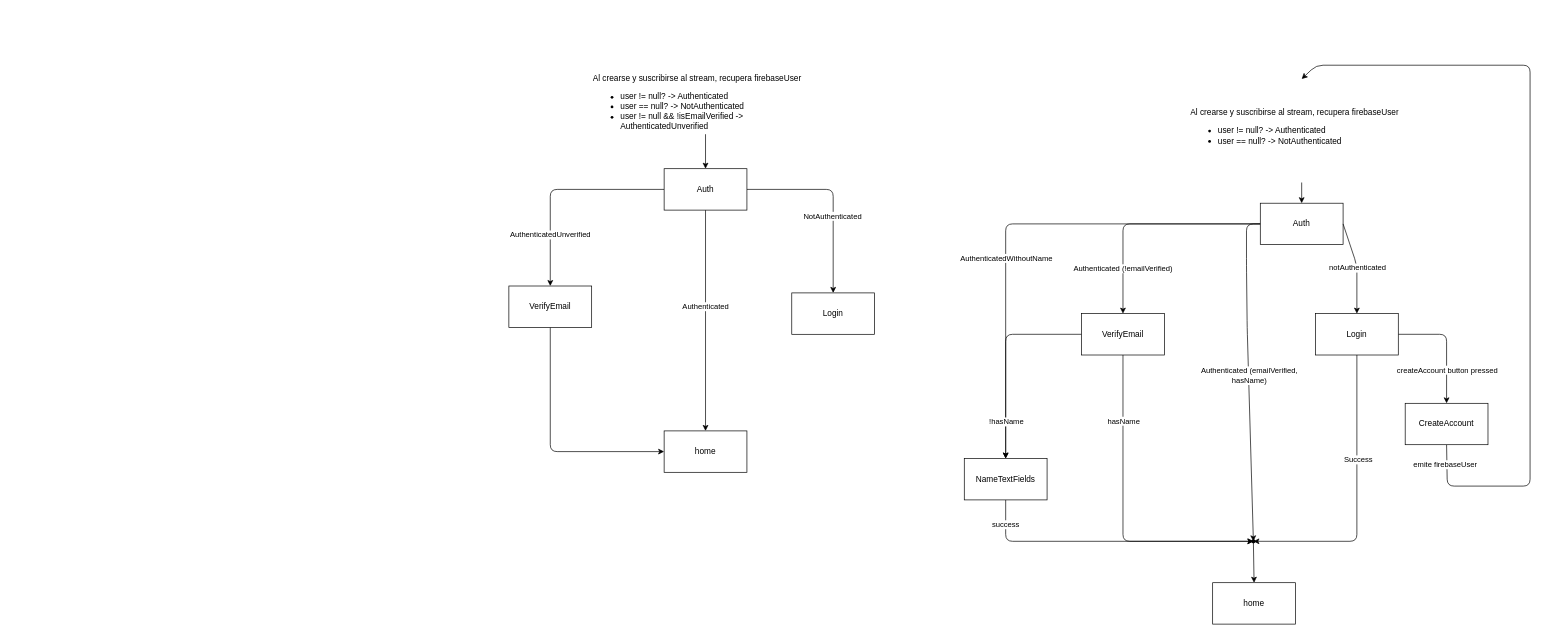
This is lib/z_authstates.drawio from Paco-Uriostegui/mercado_v2, a draw.io file, before an edit. Source tidied: cells renumbered, new cells numbered last; positions are measured from the earlier drawing's top-left corner, leaving out a move shared by most shapes. Both pictures are drawn from the tidied source at 69%, with x=0, y=0 at pixel (509, 65).
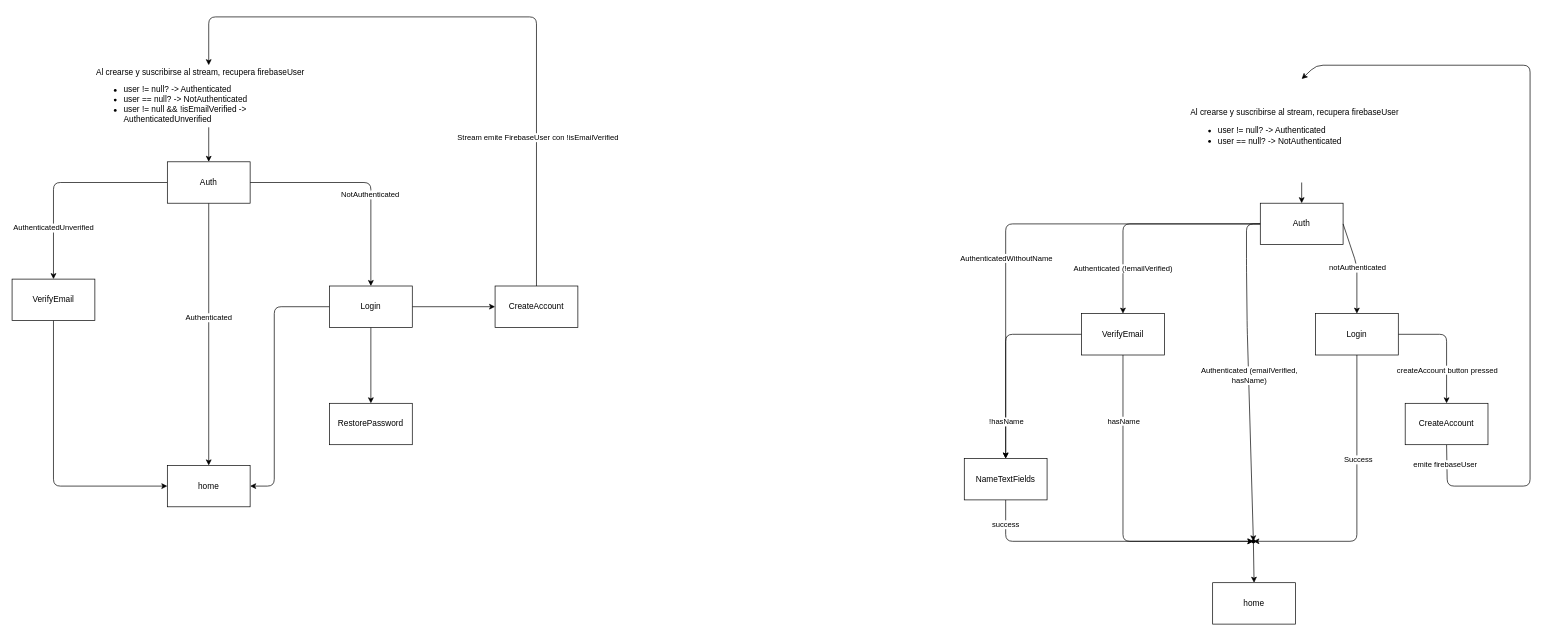
The same diagram, later.

Commit message:
drawio diagram auth flow

Change to the diagram source:
```diff
@@
     <mxCell id="33" value="&lt;div&gt;Al crearse y suscribirse al stream, recupera firebaseUser&lt;/div&gt;&lt;ul&gt;&lt;li&gt;user != null? -&amp;gt; Authenticated&lt;/li&gt;&lt;li&gt;user == null? -&amp;gt; NotAuthenticated&lt;/li&gt;&lt;li&gt;user != null &amp;amp;&amp;amp; !isEmailVerified -&amp;gt; AuthenticatedUnverified&amp;nbsp;&lt;/li&gt;&lt;/ul&gt;" style="text;strokeColor=none;fillColor=none;html=1;whiteSpace=wrap;verticalAlign=middle;overflow=hidden;" parent="1" vertex="1">
-      <mxGeometry x="120" y="10" width="330" height="90" as="geometry" />
+      <mxGeometry x="-600" width="330" height="90" as="geometry" />
     </mxCell>
     <mxCell id="34" style="edgeStyle=none;html=1;" parent="1" edge="1" source="40" target="41">
       <mxGeometry relative="1" as="geometry">
         <Array as="points">
-          <mxPoint x="470" y="180" />
+          <mxPoint x="-200" y="170" />
         </Array>
       </mxGeometry>
     </mxCell>
@@
     <mxCell id="36" style="edgeStyle=none;html=1;entryX=0.5;entryY=0;entryDx=0;entryDy=0;" parent="1" edge="1" source="40" target="43">
       <mxGeometry relative="1" as="geometry">
         <Array as="points">
-          <mxPoint x="60" y="180" />
+          <mxPoint x="-660" y="170" />
         </Array>
       </mxGeometry>
     </mxCell>
@@
     <mxCell id="40" value="Auth" style="whiteSpace=wrap;html=1;" parent="1" vertex="1">
-      <mxGeometry x="225" y="150" width="120" height="60" as="geometry" />
+      <mxGeometry x="-495" y="140" width="120" height="60" as="geometry" />
     </mxCell>
+    <mxCell id="45" style="edgeStyle=none;html=1;" parent="1" edge="1" source="41" target="50">
+      <mxGeometry relative="1" as="geometry" />
+    </mxCell>
+    <mxCell id="46" style="edgeStyle=none;html=1;exitX=0;exitY=0.5;exitDx=0;exitDy=0;entryX=1;entryY=0.5;entryDx=0;entryDy=0;" parent="1" edge="1" source="41" target="44">
+      <mxGeometry relative="1" as="geometry">
+        <Array as="points">
+          <mxPoint x="-340" y="350" />
+          <mxPoint x="-340" y="610" />
+        </Array>
+      </mxGeometry>
+    </mxCell>
+    <mxCell id="47" style="edgeStyle=none;html=1;" parent="1" edge="1" source="41" target="51">
+      <mxGeometry relative="1" as="geometry" />
+    </mxCell>
     <mxCell id="41" value="Login" style="whiteSpace=wrap;html=1;" parent="1" vertex="1">
-      <mxGeometry x="410" y="330" width="120" height="60" as="geometry" />
+      <mxGeometry x="-260" y="320" width="120" height="60" as="geometry" />
     </mxCell>
     <mxCell id="42" style="edgeStyle=none;html=1;exitX=0.5;exitY=1;exitDx=0;exitDy=0;entryX=0;entryY=0.5;entryDx=0;entryDy=0;" parent="1" edge="1" source="43" target="44">
       <mxGeometry relative="1" as="geometry">
         <Array as="points">
-          <mxPoint x="60" y="560" />
+          <mxPoint x="-660" y="610" />
         </Array>
       </mxGeometry>
     </mxCell>
     <mxCell id="43" value="VerifyEmail" style="whiteSpace=wrap;html=1;" parent="1" vertex="1">
-      <mxGeometry y="320" width="120" height="60" as="geometry" />
+      <mxGeometry x="-720" y="310" width="120" height="60" as="geometry" />
     </mxCell>
     <mxCell id="44" value="home" style="whiteSpace=wrap;html=1;" parent="1" vertex="1">
-      <mxGeometry x="225" y="530" width="120" height="60" as="geometry" />
+      <mxGeometry x="-495" y="580" width="120" height="60" as="geometry" />
     </mxCell>
+    <mxCell id="48" style="edgeStyle=none;html=1;exitX=0.5;exitY=0;exitDx=0;exitDy=0;entryX=0.5;entryY=0;entryDx=0;entryDy=0;" parent="1" edge="1" source="50" target="33">
+      <mxGeometry relative="1" as="geometry">
+        <Array as="points">
+          <mxPoint x="40" y="-70" />
+          <mxPoint x="-435" y="-70" />
+        </Array>
+      </mxGeometry>
+    </mxCell>
+    <mxCell id="49" value="Stream emite FirebaseUser con !isEmailVerified" style="edgeLabel;html=1;align=center;verticalAlign=middle;" parent="48" vertex="1">
+      <mxGeometry x="-0.54" y="-1" relative="1" as="geometry" />
+    </mxCell>
+    <mxCell id="50" value="CreateAccount" style="whiteSpace=wrap;html=1;" parent="1" vertex="1">
+      <mxGeometry x="-20" y="320" width="120" height="60" as="geometry" />
+    </mxCell>
+    <mxCell id="51" value="RestorePassword" style="whiteSpace=wrap;html=1;" parent="1" vertex="1">
+      <mxGeometry x="-260" y="490" width="120" height="60" as="geometry" />
+    </mxCell>
```
